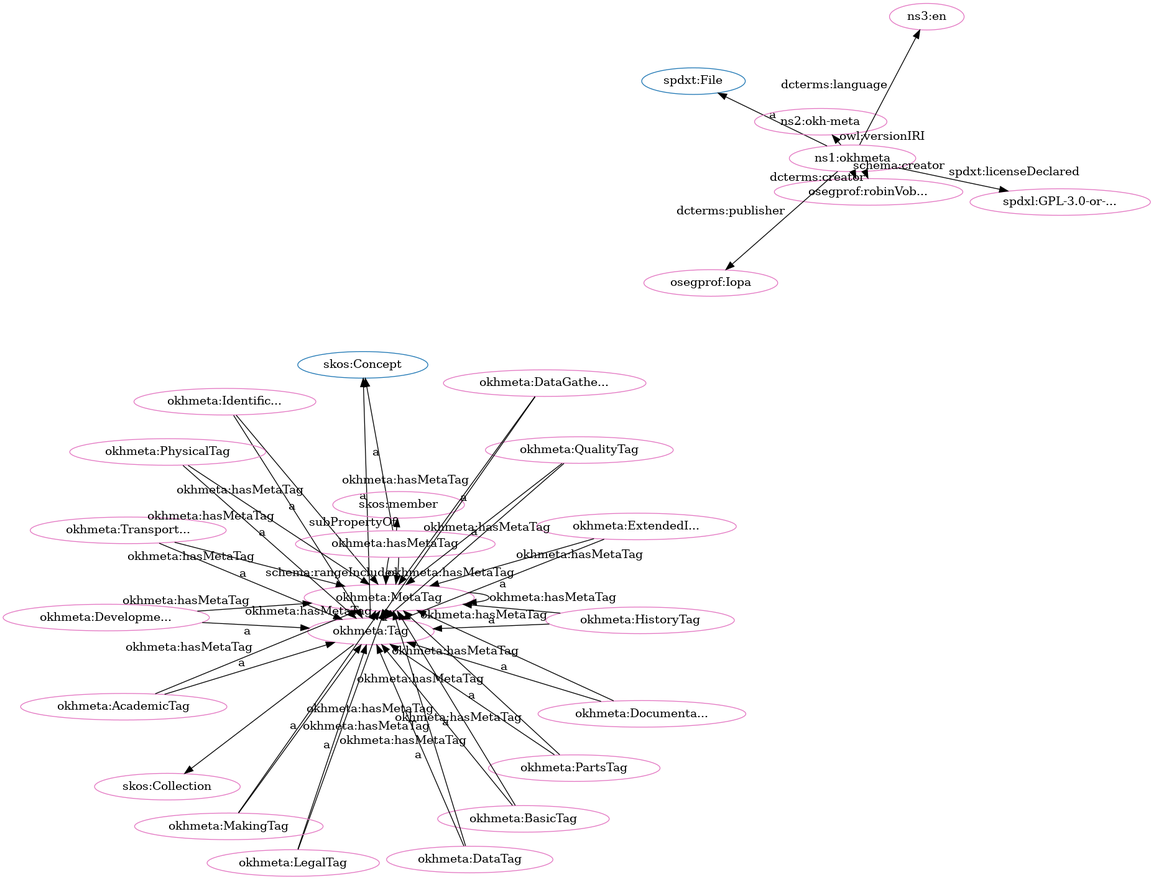
Earlier version of the Graphviz export src/spec/dot_okh-meta-clean.png (iop-alliance/OpenKnowHow). Its source is kept beside it as src/spec/dot_okh-meta-clean.dot.
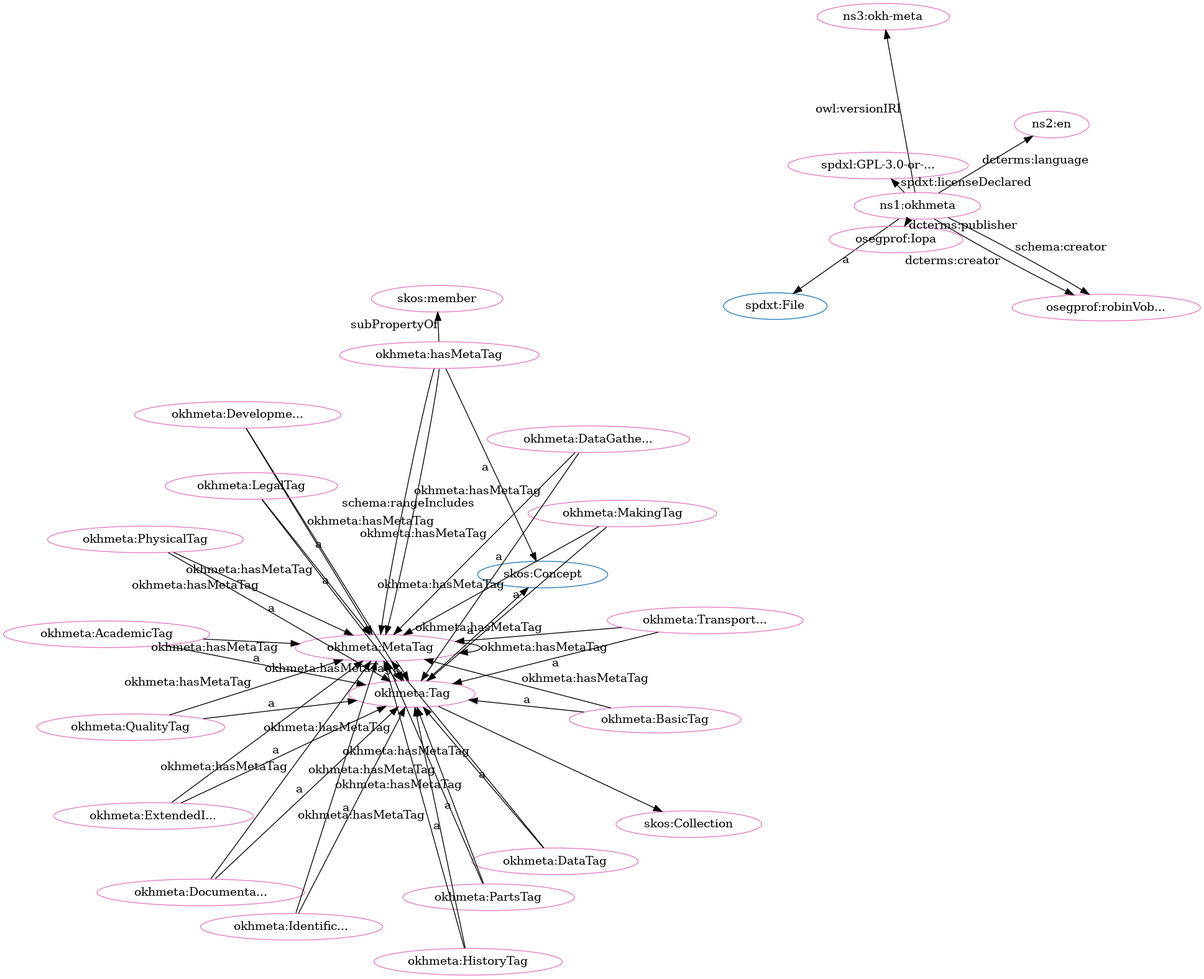
The same diagram one commit later.

Change to the diagram source:
```diff
@@ -2,80 +2,80 @@
   rankdir=BT
   node[height=.3]
 "https://w3id.org/oseg/ont/okhmeta#Tag" [fillcolor="#1f77b4" color="#1f77b4" label="okhmeta:Tag"]
+"http://www.w3.org/2004/02/skos/core#Collection" [fillcolor="#1f77b4" color="#1f77b4" label="skos:Collection"]
 "https://w3id.org/oseg/ont/okhmeta#MetaTag" [fillcolor="#1f77b4" color="#1f77b4" label="okhmeta:MetaTag"]
-"http://www.w3.org/2004/02/skos/core#Collection" [fillcolor="#1f77b4" color="#1f77b4" label="skos:Collection"]
+"http://spdx.org/rdf/terms#File" [fillcolor="#1f77b4" color="#1f77b4" label="spdxt:File"]
 "http://www.w3.org/2004/02/skos/core#Concept" [fillcolor="#1f77b4" color="#1f77b4" label="skos:Concept"]
-"http://spdx.org/rdf/terms#File" [fillcolor="#1f77b4" color="#1f77b4" label="spdxt:File"]
+"https://w3id.org/oseg/ont/okhmeta#MetaTag" [fillcolor="#e377c2" color="#e377c2" label="okhmeta:MetaTag"]
+"https://w3id.org/oseg/ont/okhmeta#PhysicalTag" [fillcolor="#e377c2" color="#e377c2" label="okhmeta:PhysicalTag"]
+"https://w3id.org/oseg/ont/okhmeta#AcademicTag" [fillcolor="#e377c2" color="#e377c2" label="okhmeta:AcademicTag"]
+"http://www.w3.org/2004/02/skos/core#Collection" [fillcolor="#e377c2" color="#e377c2" label="skos:Collection"]
+"https://w3id.org/oseg/ont/okhmeta#DocumentationTag" [fillcolor="#e377c2" color="#e377c2" label="okhmeta:Documenta..."]
+"https://w3id.org/oseg/ont/okhmeta" [fillcolor="#e377c2" color="#e377c2" label="ns1:okhmeta"]
 "https://w3id.org/oseg/ont/oseg-profiles#robinVobruba" [fillcolor="#e377c2" color="#e377c2" label="osegprof:robinVob..."]
-"https://w3id.org/oseg/ont/okhmeta" [fillcolor="#e377c2" color="#e377c2" label="ns1:okhmeta"]
-"https://w3id.org/oseg/ont/okhmeta#MetaTag" [fillcolor="#e377c2" color="#e377c2" label="okhmeta:MetaTag"]
+"https://w3id.org/oseg/ont/okhmeta#DataTag" [fillcolor="#e377c2" color="#e377c2" label="okhmeta:DataTag"]
+"https://w3id.org/oseg/ont/okhmeta#ExtendedInfoTag" [fillcolor="#e377c2" color="#e377c2" label="okhmeta:ExtendedI..."]
+"http://id.loc.gov/vocabulary/iso639-1/en" [fillcolor="#e377c2" color="#e377c2" label="ns2:en"]
+"https://w3id.org/oseg/ont/okhmeta#QualityTag" [fillcolor="#e377c2" color="#e377c2" label="okhmeta:QualityTag"]
+"https://w3id.org/oseg/ont/okhmeta#hasMetaTag" [fillcolor="#e377c2" color="#e377c2" label="okhmeta:hasMetaTag"]
+"https://w3id.org/oseg/ont/1.1.0/okh-meta" [fillcolor="#e377c2" color="#e377c2" label="ns3:okh-meta"]
+"https://w3id.org/oseg/ont/okhmeta#IdentificationTag" [fillcolor="#e377c2" color="#e377c2" label="okhmeta:Identific..."]
+"https://spdx.org/licenses/GPL-3.0-or-later" [fillcolor="#e377c2" color="#e377c2" label="spdxl:GPL-3.0-or-..."]
 "https://w3id.org/oseg/ont/okhmeta#PartsTag" [fillcolor="#e377c2" color="#e377c2" label="okhmeta:PartsTag"]
+"https://w3id.org/oseg/ont/oseg-profiles#Iopa" [fillcolor="#e377c2" color="#e377c2" label="osegprof:Iopa"]
+"http://www.w3.org/2004/02/skos/core#member" [fillcolor="#e377c2" color="#e377c2" label="skos:member"]
+"https://w3id.org/oseg/ont/okhmeta#Tag" [fillcolor="#e377c2" color="#e377c2" label="okhmeta:Tag"]
+"https://w3id.org/oseg/ont/okhmeta#MakingTag" [fillcolor="#e377c2" color="#e377c2" label="okhmeta:MakingTag"]
+"https://w3id.org/oseg/ont/okhmeta#DataGatheringTag" [fillcolor="#e377c2" color="#e377c2" label="okhmeta:DataGathe..."]
+"https://w3id.org/oseg/ont/okhmeta#BasicTag" [fillcolor="#e377c2" color="#e377c2" label="okhmeta:BasicTag"]
+"https://w3id.org/oseg/ont/okhmeta#DevelopmentTag" [fillcolor="#e377c2" color="#e377c2" label="okhmeta:Developme..."]
+"https://w3id.org/oseg/ont/okhmeta#HistoryTag" [fillcolor="#e377c2" color="#e377c2" label="okhmeta:HistoryTag"]
 "https://w3id.org/oseg/ont/okhmeta#LegalTag" [fillcolor="#e377c2" color="#e377c2" label="okhmeta:LegalTag"]
-"https://w3id.org/oseg/ont/okhmeta#MakingTag" [fillcolor="#e377c2" color="#e377c2" label="okhmeta:MakingTag"]
-"https://w3id.org/oseg/ont/1.1.0/okh-meta" [fillcolor="#e377c2" color="#e377c2" label="ns2:okh-meta"]
-"https://w3id.org/oseg/ont/okhmeta#BasicTag" [fillcolor="#e377c2" color="#e377c2" label="okhmeta:BasicTag"]
-"https://w3id.org/oseg/ont/okhmeta#IdentificationTag" [fillcolor="#e377c2" color="#e377c2" label="okhmeta:Identific..."]
-"https://w3id.org/oseg/ont/okhmeta#AcademicTag" [fillcolor="#e377c2" color="#e377c2" label="okhmeta:AcademicTag"]
-"https://w3id.org/oseg/ont/okhmeta#HistoryTag" [fillcolor="#e377c2" color="#e377c2" label="okhmeta:HistoryTag"]
-"http://www.w3.org/2004/02/skos/core#Collection" [fillcolor="#e377c2" color="#e377c2" label="skos:Collection"]
-"https://w3id.org/oseg/ont/okhmeta#Tag" [fillcolor="#e377c2" color="#e377c2" label="okhmeta:Tag"]
-"https://spdx.org/licenses/GPL-3.0-or-later" [fillcolor="#e377c2" color="#e377c2" label="spdxl:GPL-3.0-or-..."]
 "https://w3id.org/oseg/ont/okhmeta#TransportationTag" [fillcolor="#e377c2" color="#e377c2" label="okhmeta:Transport..."]
-"https://w3id.org/oseg/ont/okhmeta#hasMetaTag" [fillcolor="#e377c2" color="#e377c2" label="okhmeta:hasMetaTag"]
-"https://w3id.org/oseg/ont/okhmeta#ExtendedInfoTag" [fillcolor="#e377c2" color="#e377c2" label="okhmeta:ExtendedI..."]
-"http://www.w3.org/2004/02/skos/core#member" [fillcolor="#e377c2" color="#e377c2" label="skos:member"]
-"https://w3id.org/oseg/ont/okhmeta#DocumentationTag" [fillcolor="#e377c2" color="#e377c2" label="okhmeta:Documenta..."]
-"https://w3id.org/oseg/ont/okhmeta#DataTag" [fillcolor="#e377c2" color="#e377c2" label="okhmeta:DataTag"]
-"http://id.loc.gov/vocabulary/iso639-1/en" [fillcolor="#e377c2" color="#e377c2" label="ns3:en"]
-"https://w3id.org/oseg/ont/okhmeta#PhysicalTag" [fillcolor="#e377c2" color="#e377c2" label="okhmeta:PhysicalTag"]
-"https://w3id.org/oseg/ont/oseg-profiles#Iopa" [fillcolor="#e377c2" color="#e377c2" label="osegprof:Iopa"]
-"https://w3id.org/oseg/ont/okhmeta#DevelopmentTag" [fillcolor="#e377c2" color="#e377c2" label="okhmeta:Developme..."]
-"https://w3id.org/oseg/ont/okhmeta#QualityTag" [fillcolor="#e377c2" color="#e377c2" label="okhmeta:QualityTag"]
-"https://w3id.org/oseg/ont/okhmeta#DataGatheringTag" [fillcolor="#e377c2" color="#e377c2" label="okhmeta:DataGathe..."]
+  "https://w3id.org/oseg/ont/okhmeta#AcademicTag" -> "https://w3id.org/oseg/ont/okhmeta#Tag" [label="a"]
+  "https://w3id.org/oseg/ont/okhmeta" -> "http://spdx.org/rdf/terms#File" [label="a"]
+  "https://w3id.org/oseg/ont/okhmeta#PartsTag" -> "https://w3id.org/oseg/ont/okhmeta#MetaTag" [label="okhmeta:hasMetaTag"]
+  "https://w3id.org/oseg/ont/okhmeta#ExtendedInfoTag" -> "https://w3id.org/oseg/ont/okhmeta#Tag" [label="a"]
+  "https://w3id.org/oseg/ont/okhmeta#QualityTag" -> "https://w3id.org/oseg/ont/okhmeta#Tag" [label="a"]
+  "https://w3id.org/oseg/ont/okhmeta#BasicTag" -> "https://w3id.org/oseg/ont/okhmeta#MetaTag" [label="okhmeta:hasMetaTag"]
+  "https://w3id.org/oseg/ont/okhmeta#QualityTag" -> "https://w3id.org/oseg/ont/okhmeta#MetaTag" [label="okhmeta:hasMetaTag"]
+  "https://w3id.org/oseg/ont/okhmeta#IdentificationTag" -> "https://w3id.org/oseg/ont/okhmeta#Tag" [label="a"]
+  "https://w3id.org/oseg/ont/okhmeta#MetaTag" -> "https://w3id.org/oseg/ont/okhmeta#MetaTag" [label="okhmeta:hasMetaTag"]
+  "https://w3id.org/oseg/ont/okhmeta#DataGatheringTag" -> "https://w3id.org/oseg/ont/okhmeta#MetaTag" [label="okhmeta:hasMetaTag"]
+  "https://w3id.org/oseg/ont/okhmeta#LegalTag" -> "https://w3id.org/oseg/ont/okhmeta#MetaTag" [label="okhmeta:hasMetaTag"]
+  "https://w3id.org/oseg/ont/okhmeta#ExtendedInfoTag" -> "https://w3id.org/oseg/ont/okhmeta#MetaTag" [label="okhmeta:hasMetaTag"]
+  "https://w3id.org/oseg/ont/okhmeta" -> "https://spdx.org/licenses/GPL-3.0-or-later" [label="spdxt:licenseDeclared"]
+  "https://w3id.org/oseg/ont/okhmeta#HistoryTag" -> "https://w3id.org/oseg/ont/okhmeta#MetaTag" [label="okhmeta:hasMetaTag"]
+  "https://w3id.org/oseg/ont/okhmeta#PartsTag" -> "https://w3id.org/oseg/ont/okhmeta#Tag" [label="a"]
+  "https://w3id.org/oseg/ont/okhmeta" -> "https://w3id.org/oseg/ont/oseg-profiles#Iopa" [label="dcterms:publisher"]
+  "https://w3id.org/oseg/ont/okhmeta#hasMetaTag" -> "http://www.w3.org/2004/02/skos/core#member" [label="subPropertyOf"]
+  "https://w3id.org/oseg/ont/okhmeta" -> "https://w3id.org/oseg/ont/oseg-profiles#robinVobruba" [label="schema:creator"]
+  "https://w3id.org/oseg/ont/okhmeta#DocumentationTag" -> "https://w3id.org/oseg/ont/okhmeta#MetaTag" [label="okhmeta:hasMetaTag"]
+  "https://w3id.org/oseg/ont/okhmeta#AcademicTag" -> "https://w3id.org/oseg/ont/okhmeta#MetaTag" [label="okhmeta:hasMetaTag"]
+  "https://w3id.org/oseg/ont/okhmeta#BasicTag" -> "https://w3id.org/oseg/ont/okhmeta#Tag" [label="a"]
+  "https://w3id.org/oseg/ont/okhmeta#DataTag" -> "https://w3id.org/oseg/ont/okhmeta#MetaTag" [label="okhmeta:hasMetaTag"]
+  "https://w3id.org/oseg/ont/okhmeta#HistoryTag" -> "https://w3id.org/oseg/ont/okhmeta#Tag" [label="a"]
+  "https://w3id.org/oseg/ont/okhmeta#LegalTag" -> "https://w3id.org/oseg/ont/okhmeta#Tag" [label="a"]
+  "https://w3id.org/oseg/ont/okhmeta#hasMetaTag" -> "http://www.w3.org/2004/02/skos/core#Concept" [label="a"]
+  "https://w3id.org/oseg/ont/okhmeta#hasMetaTag" -> "https://w3id.org/oseg/ont/okhmeta#MetaTag" [label="okhmeta:hasMetaTag"]
+  "https://w3id.org/oseg/ont/okhmeta#IdentificationTag" -> "https://w3id.org/oseg/ont/okhmeta#MetaTag" [label="okhmeta:hasMetaTag"]
+  "https://w3id.org/oseg/ont/okhmeta#PhysicalTag" -> "https://w3id.org/oseg/ont/okhmeta#Tag" [label="a"]
+  "https://w3id.org/oseg/ont/okhmeta#Tag" -> "http://www.w3.org/2004/02/skos/core#Collection" [label=""]
+  "https://w3id.org/oseg/ont/okhmeta#DocumentationTag" -> "https://w3id.org/oseg/ont/okhmeta#Tag" [label="a"]
+  "https://w3id.org/oseg/ont/okhmeta#Tag" -> "https://w3id.org/oseg/ont/okhmeta#MetaTag" [label="okhmeta:hasMetaTag"]
   "https://w3id.org/oseg/ont/okhmeta" -> "https://w3id.org/oseg/ont/oseg-profiles#robinVobruba" [label="dcterms:creator"]
-  "https://w3id.org/oseg/ont/okhmeta#MetaTag" -> "https://w3id.org/oseg/ont/okhmeta#MetaTag" [label="okhmeta:hasMetaTag"]
-  "https://w3id.org/oseg/ont/okhmeta#ExtendedInfoTag" -> "https://w3id.org/oseg/ont/okhmeta#MetaTag" [label="okhmeta:hasMetaTag"]
+  "https://w3id.org/oseg/ont/okhmeta#DataTag" -> "https://w3id.org/oseg/ont/okhmeta#Tag" [label="a"]
+  "https://w3id.org/oseg/ont/okhmeta" -> "http://id.loc.gov/vocabulary/iso639-1/en" [label="dcterms:language"]
   "https://w3id.org/oseg/ont/okhmeta" -> "https://w3id.org/oseg/ont/1.1.0/okh-meta" [label="owl:versionIRI"]
   "https://w3id.org/oseg/ont/okhmeta#hasMetaTag" -> "https://w3id.org/oseg/ont/okhmeta#MetaTag" [label="schema:rangeIncludes"]
-  "https://w3id.org/oseg/ont/okhmeta#BasicTag" -> "https://w3id.org/oseg/ont/okhmeta#Tag" [label="a"]
-  "https://w3id.org/oseg/ont/okhmeta#IdentificationTag" -> "https://w3id.org/oseg/ont/okhmeta#Tag" [label="a"]
-  "https://w3id.org/oseg/ont/okhmeta#hasMetaTag" -> "https://w3id.org/oseg/ont/okhmeta#MetaTag" [label="okhmeta:hasMetaTag"]
-  "https://w3id.org/oseg/ont/okhmeta#DataTag" -> "https://w3id.org/oseg/ont/okhmeta#MetaTag" [label="okhmeta:hasMetaTag"]
-  "https://w3id.org/oseg/ont/okhmeta#HistoryTag" -> "https://w3id.org/oseg/ont/okhmeta#Tag" [label="a"]
-  "https://w3id.org/oseg/ont/okhmeta" -> "https://spdx.org/licenses/GPL-3.0-or-later" [label="spdxt:licenseDeclared"]
+  "https://w3id.org/oseg/ont/okhmeta#Tag" -> "http://www.w3.org/2004/02/skos/core#Concept" [label="a"]
+  "https://w3id.org/oseg/ont/okhmeta#TransportationTag" -> "https://w3id.org/oseg/ont/okhmeta#MetaTag" [label="okhmeta:hasMetaTag"]
+  "https://w3id.org/oseg/ont/okhmeta#MakingTag" -> "https://w3id.org/oseg/ont/okhmeta#Tag" [label="a"]
+  "https://w3id.org/oseg/ont/okhmeta#MetaTag" -> "https://w3id.org/oseg/ont/okhmeta#Tag" [label="a"]
+  "https://w3id.org/oseg/ont/okhmeta#DataGatheringTag" -> "https://w3id.org/oseg/ont/okhmeta#Tag" [label="a"]
+  "https://w3id.org/oseg/ont/okhmeta#PhysicalTag" -> "https://w3id.org/oseg/ont/okhmeta#MetaTag" [label="okhmeta:hasMetaTag"]
+  "https://w3id.org/oseg/ont/okhmeta#MakingTag" -> "https://w3id.org/oseg/ont/okhmeta#MetaTag" [label="okhmeta:hasMetaTag"]
+  "https://w3id.org/oseg/ont/okhmeta#DevelopmentTag" -> "https://w3id.org/oseg/ont/okhmeta#Tag" [label="a"]
+  "https://w3id.org/oseg/ont/okhmeta#DevelopmentTag" -> "https://w3id.org/oseg/ont/okhmeta#MetaTag" [label="okhmeta:hasMetaTag"]
   "https://w3id.org/oseg/ont/okhmeta#TransportationTag" -> "https://w3id.org/oseg/ont/okhmeta#Tag" [label="a"]
-  "https://w3id.org/oseg/ont/okhmeta#DevelopmentTag" -> "https://w3id.org/oseg/ont/okhmeta#MetaTag" [label="okhmeta:hasMetaTag"]
-  "https://w3id.org/oseg/ont/okhmeta#DataGatheringTag" -> "https://w3id.org/oseg/ont/okhmeta#MetaTag" [label="okhmeta:hasMetaTag"]
-  "https://w3id.org/oseg/ont/okhmeta#HistoryTag" -> "https://w3id.org/oseg/ont/okhmeta#MetaTag" [label="okhmeta:hasMetaTag"]
-  "https://w3id.org/oseg/ont/okhmeta#DocumentationTag" -> "https://w3id.org/oseg/ont/okhmeta#Tag" [label="a"]
-  "https://w3id.org/oseg/ont/okhmeta#TransportationTag" -> "https://w3id.org/oseg/ont/okhmeta#MetaTag" [label="okhmeta:hasMetaTag"]
-  "https://w3id.org/oseg/ont/okhmeta#Tag" -> "https://w3id.org/oseg/ont/okhmeta#MetaTag" [label="okhmeta:hasMetaTag"]
-  "https://w3id.org/oseg/ont/okhmeta#LegalTag" -> "https://w3id.org/oseg/ont/okhmeta#MetaTag" [label="okhmeta:hasMetaTag"]
-  "https://w3id.org/oseg/ont/okhmeta#PhysicalTag" -> "https://w3id.org/oseg/ont/okhmeta#Tag" [label="a"]
-  "https://w3id.org/oseg/ont/okhmeta" -> "http://id.loc.gov/vocabulary/iso639-1/en" [label="dcterms:language"]
-  "https://w3id.org/oseg/ont/okhmeta" -> "https://w3id.org/oseg/ont/oseg-profiles#Iopa" [label="dcterms:publisher"]
-  "https://w3id.org/oseg/ont/okhmeta#BasicTag" -> "https://w3id.org/oseg/ont/okhmeta#MetaTag" [label="okhmeta:hasMetaTag"]
-  "https://w3id.org/oseg/ont/okhmeta#QualityTag" -> "https://w3id.org/oseg/ont/okhmeta#Tag" [label="a"]
-  "https://w3id.org/oseg/ont/okhmeta#AcademicTag" -> "https://w3id.org/oseg/ont/okhmeta#MetaTag" [label="okhmeta:hasMetaTag"]
-  "https://w3id.org/oseg/ont/okhmeta#QualityTag" -> "https://w3id.org/oseg/ont/okhmeta#MetaTag" [label="okhmeta:hasMetaTag"]
-  "https://w3id.org/oseg/ont/okhmeta#PartsTag" -> "https://w3id.org/oseg/ont/okhmeta#Tag" [label="a"]
-  "https://w3id.org/oseg/ont/okhmeta#LegalTag" -> "https://w3id.org/oseg/ont/okhmeta#Tag" [label="a"]
-  "https://w3id.org/oseg/ont/okhmeta#MakingTag" -> "https://w3id.org/oseg/ont/okhmeta#Tag" [label="a"]
-  "https://w3id.org/oseg/ont/okhmeta" -> "https://w3id.org/oseg/ont/oseg-profiles#robinVobruba" [label="schema:creator"]
-  "https://w3id.org/oseg/ont/okhmeta#AcademicTag" -> "https://w3id.org/oseg/ont/okhmeta#Tag" [label="a"]
-  "https://w3id.org/oseg/ont/okhmeta#DocumentationTag" -> "https://w3id.org/oseg/ont/okhmeta#MetaTag" [label="okhmeta:hasMetaTag"]
-  "https://w3id.org/oseg/ont/okhmeta#PartsTag" -> "https://w3id.org/oseg/ont/okhmeta#MetaTag" [label="okhmeta:hasMetaTag"]
-  "https://w3id.org/oseg/ont/okhmeta#MakingTag" -> "https://w3id.org/oseg/ont/okhmeta#MetaTag" [label="okhmeta:hasMetaTag"]
-  "https://w3id.org/oseg/ont/okhmeta#Tag" -> "http://www.w3.org/2004/02/skos/core#Collection" [label=""]
-  "https://w3id.org/oseg/ont/okhmeta#Tag" -> "http://www.w3.org/2004/02/skos/core#Concept" [label="a"]
-  "https://w3id.org/oseg/ont/okhmeta#PhysicalTag" -> "https://w3id.org/oseg/ont/okhmeta#MetaTag" [label="okhmeta:hasMetaTag"]
-  "https://w3id.org/oseg/ont/okhmeta#hasMetaTag" -> "http://www.w3.org/2004/02/skos/core#Concept" [label="a"]
-  "https://w3id.org/oseg/ont/okhmeta" -> "http://spdx.org/rdf/terms#File" [label="a"]
-  "https://w3id.org/oseg/ont/okhmeta#MetaTag" -> "https://w3id.org/oseg/ont/okhmeta#Tag" [label="a"]
-  "https://w3id.org/oseg/ont/okhmeta#ExtendedInfoTag" -> "https://w3id.org/oseg/ont/okhmeta#Tag" [label="a"]
-  "https://w3id.org/oseg/ont/okhmeta#hasMetaTag" -> "http://www.w3.org/2004/02/skos/core#member" [label="subPropertyOf"]
-  "https://w3id.org/oseg/ont/okhmeta#DataTag" -> "https://w3id.org/oseg/ont/okhmeta#Tag" [label="a"]
-  "https://w3id.org/oseg/ont/okhmeta#IdentificationTag" -> "https://w3id.org/oseg/ont/okhmeta#MetaTag" [label="okhmeta:hasMetaTag"]
-  "https://w3id.org/oseg/ont/okhmeta#DevelopmentTag" -> "https://w3id.org/oseg/ont/okhmeta#Tag" [label="a"]
-  "https://w3id.org/oseg/ont/okhmeta#DataGatheringTag" -> "https://w3id.org/oseg/ont/okhmeta#Tag" [label="a"]
 }
```
